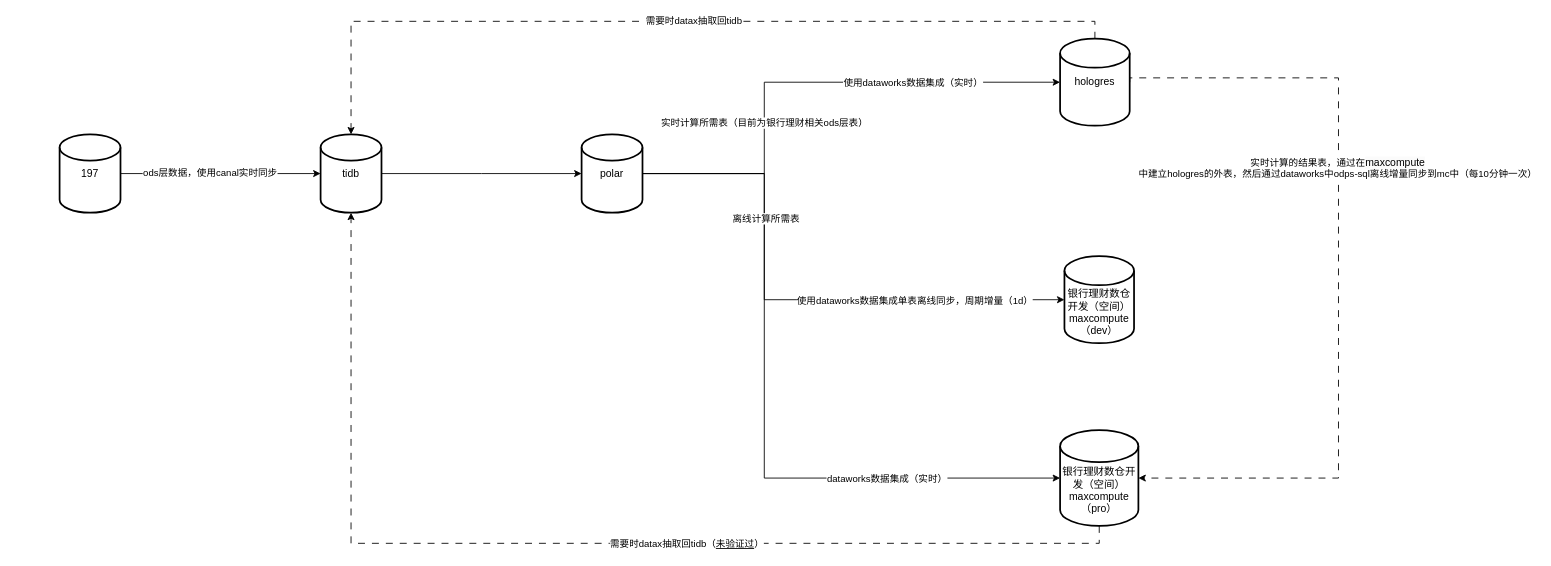
Above: 基础数据流向.drawio in liujiansgit/images- (draw.io), before the change. Source tidied: cells renumbered, new cells numbered last; positions are measured from the earlier drawing's top-left corner, leaving out a move shared by most shapes. Both pictures are drawn from the tidied source at 87%, with x=0, y=0 at pixel (59, 21).
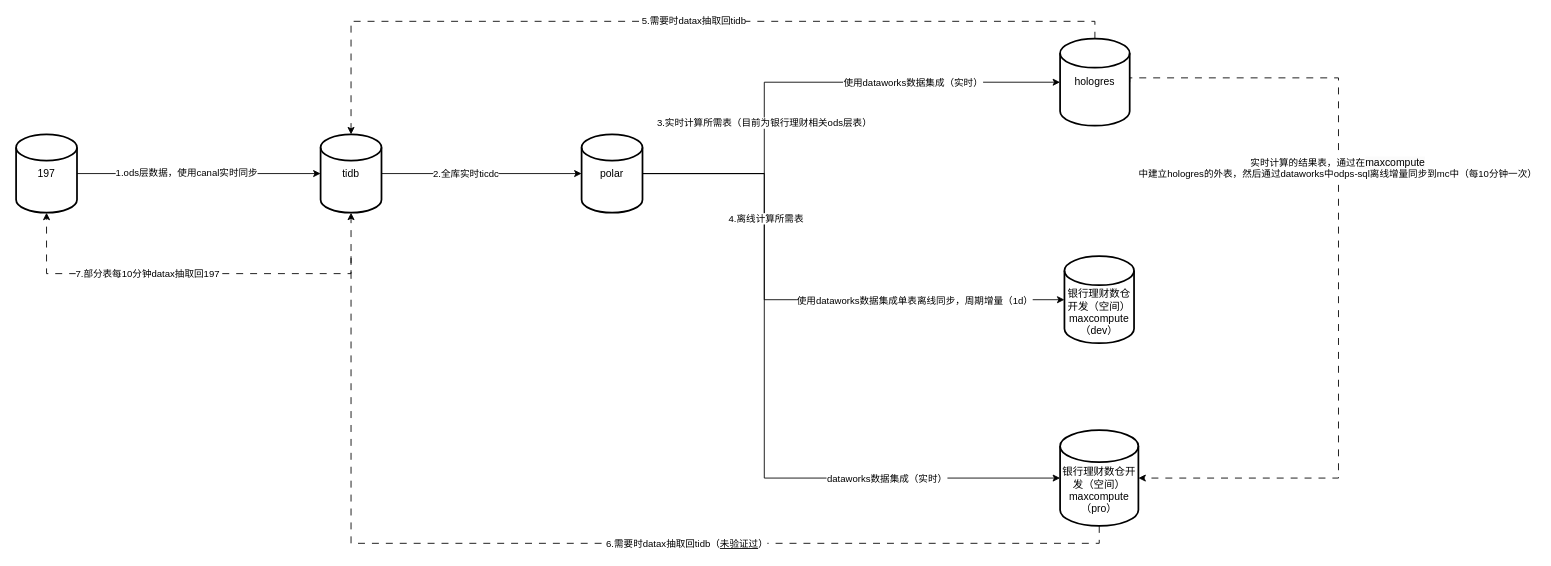
The same diagram, later.

Commit message:
更新基础数据流向.drawio

The change refers to these unchanged cells:
```xml
<mxCell id="2" style="edgeStyle=orthogonalEdgeStyle;rounded=0;jettySize=auto;html=1;" parent="1" edge="1" source="3">
  <mxGeometry relative="1" as="geometry">
    <mxPoint x="600" y="175" as="targetPoint" />
  </mxGeometry>
</mxCell>
<mxCell id="10" style="edgeStyle=orthogonalEdgeStyle;rounded=0;jettySize=auto;html=1;entryX=0;entryY=0.5;entryDx=0;entryDy=0;entryPerimeter=0;" parent="1" edge="1" source="4" target="9">
  <mxGeometry relative="1" as="geometry">
    <Array as="points">
      <mxPoint x="810" y="175" />
      <mxPoint x="810" y="525" />
    </Array>
  </mxGeometry>
</mxCell>
<mxCell id="16" style="edgeStyle=orthogonalEdgeStyle;rounded=0;jettySize=auto;html=1;entryX=0;entryY=0.5;entryDx=0;entryDy=0;entryPerimeter=0;" parent="1" edge="1" source="15" target="3">
  <mxGeometry relative="1" as="geometry" />
</mxCell>
<mxCell id="18" style="edgeStyle=orthogonalEdgeStyle;rounded=0;jettySize=auto;html=1;entryX=0.5;entryY=0;entryDx=0;entryDy=0;entryPerimeter=0;dashed=1;dashPattern=8 8;" parent="1" edge="1" source="5" target="3">
  <mxGeometry relative="1" as="geometry">
    <Array as="points">
      <mxPoint x="1190" />
      <mxPoint x="335" />
    </Array>
  </mxGeometry>
</mxCell>
<mxCell id="20" style="edgeStyle=orthogonalEdgeStyle;rounded=0;jettySize=auto;html=1;entryX=0.5;entryY=1;entryDx=0;entryDy=0;entryPerimeter=0;dashed=1;dashPattern=8 8;" parent="1" edge="1" source="9" target="3">
  <mxGeometry relative="1" as="geometry">
    <Array as="points">
      <mxPoint x="1195" y="600" />
      <mxPoint x="335" y="600" />
    </Array>
  </mxGeometry>
</mxCell>
<mxCell id="22" style="edgeStyle=orthogonalEdgeStyle;rounded=0;jettySize=auto;html=1;entryX=0;entryY=0.5;entryDx=0;entryDy=0;entryPerimeter=0;" parent="1" edge="1" source="4" target="5">
  <mxGeometry relative="1" as="geometry">
    <Array as="points">
      <mxPoint x="810" y="175" />
      <mxPoint x="810" y="70" />
    </Array>
  </mxGeometry>
</mxCell>
```

The edit, as a diff of the source:
```diff
@@
+    <mxCell id="25" value="2.全库实时ticdc" style="edgeLabel;html=1;align=center;verticalAlign=middle;" parent="2" vertex="1">
+      <mxGeometry x="-0.17" relative="1" as="geometry" />
+    </mxCell>
@@
-    <mxCell id="12" value="离线计算所需表" style="edgeLabel;html=1;align=center;verticalAlign=middle;" parent="10" vertex="1">
+    <mxCell id="12" value="4.离线计算所需表" style="edgeLabel;html=1;align=center;verticalAlign=middle;" parent="10" vertex="1">
       <mxGeometry x="-0.54" y="1" relative="1" as="geometry" />
     </mxCell>
@@
     <mxCell id="15" value="197" style="strokeWidth=2;html=1;shape=mxgraph.flowchart.database;whiteSpace=wrap;" parent="1" vertex="1">
-      <mxGeometry y="130" width="70" height="90" as="geometry" />
+      <mxGeometry x="-50" y="130" width="70" height="90" as="geometry" />
     </mxCell>
@@
-    <mxCell id="17" value="ods层数据，使用canal实时同步" style="edgeLabel;html=1;align=center;verticalAlign=middle;" parent="16" vertex="1">
+    <mxCell id="17" value="1.ods层数据，使用canal实时同步" style="edgeLabel;html=1;align=center;verticalAlign=middle;" parent="16" vertex="1">
       <mxGeometry x="-0.11" y="2" relative="1" as="geometry" />
     </mxCell>
@@
-    <mxCell id="19" value="需要时datax抽取回tidb" style="edgeLabel;html=1;align=center;verticalAlign=middle;" parent="18" vertex="1">
+    <mxCell id="19" value="5.需要时datax抽取回tidb" style="edgeLabel;html=1;align=center;verticalAlign=middle;" parent="18" vertex="1">
       <mxGeometry x="-0.04" relative="1" as="geometry">
         <mxPoint y="-1" as="offset" />
       </mxGeometry>
     </mxCell>
@@
-    <mxCell id="21" value="需要时datax抽取回tidb（&lt;u&gt;未验证过&lt;/u&gt;）" style="edgeLabel;html=1;align=center;verticalAlign=middle;" parent="20" vertex="1">
+    <mxCell id="21" value="6.需要时datax抽取回tidb（&lt;u&gt;未验证过&lt;/u&gt;）" style="edgeLabel;html=1;align=center;verticalAlign=middle;" parent="20" vertex="1">
       <mxGeometry x="-0.13" relative="1" as="geometry">
         <mxPoint x="53" as="offset" />
       </mxGeometry>
     </mxCell>
@@
-    <mxCell id="23" value="实时计算所需表（目前为银行理财相关ods层表）" style="edgeLabel;html=1;align=center;verticalAlign=middle;" parent="22" vertex="1">
+    <mxCell id="23" value="3.实时计算所需表（目前为银行理财相关ods层表）" style="edgeLabel;html=1;align=center;verticalAlign=middle;" parent="22" vertex="1">
       <mxGeometry x="-0.32" y="1" relative="1" as="geometry" />
     </mxCell>
@@
+    <mxCell id="26" style="edgeStyle=orthogonalEdgeStyle;rounded=0;jettySize=auto;html=1;entryX=0.5;entryY=1;entryDx=0;entryDy=0;entryPerimeter=0;dashed=1;dashPattern=8 8;" parent="1" edge="1" target="15">
+      <mxGeometry relative="1" as="geometry">
+        <mxPoint x="335" y="270" as="sourcePoint" />
+        <Array as="points">
+          <mxPoint x="335" y="290" />
+          <mxPoint x="-15" y="290" />
+        </Array>
+      </mxGeometry>
+    </mxCell>
+    <mxCell id="27" value="7.部分表每10分钟datax抽取回197" style="edgeLabel;html=1;align=center;verticalAlign=middle;" parent="26" vertex="1">
+      <mxGeometry x="0.16" y="-1" relative="1" as="geometry" />
+    </mxCell>
```
